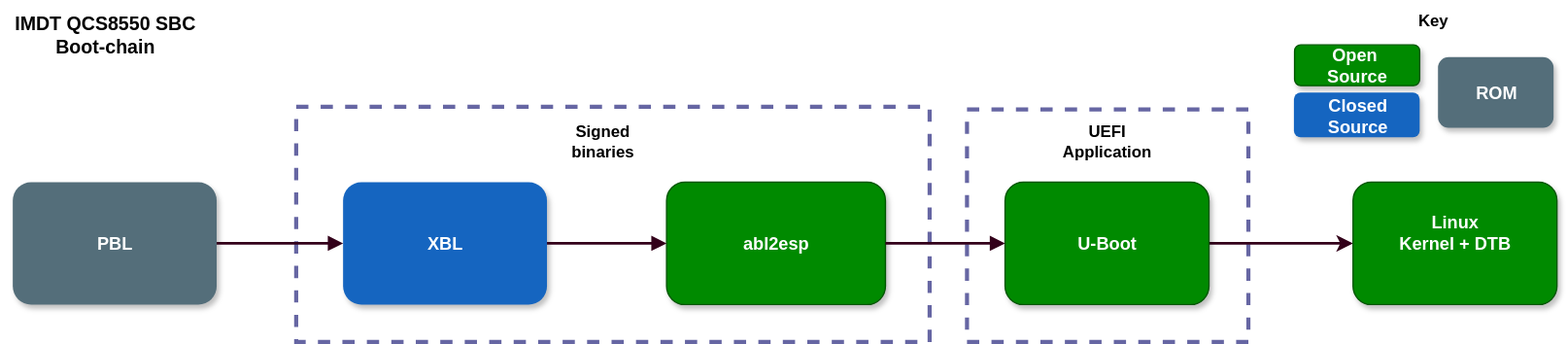
imd-tec/meta-imdt-qcom-oss keeps this draw.io diagram as docs/OSS-boot-chain_drawio.svg. Above is the earlier version. Source tidied: cells renumbered, new cells last; positions are measured from the earlier drawing's top-left corner, leaving out a move shared by most shapes. The source it was exported from:
```xml
<mxGraphModel>
  <root>
    <mxCell id="0" />
    <mxCell id="1" parent="0" />
    <mxCell id="2" value="UEFI Application" style="rounded=0;whiteSpace=wrap;html=1;dashed=1;opacity=60;strokeWidth=3;strokeColor=#000066;" parent="1" vertex="1">
      <mxGeometry x="710.5" y="80" width="207" height="171" as="geometry" />
    </mxCell>
    <mxCell id="3" style="rounded=0;whiteSpace=wrap;html=1;dashed=1;opacity=60;strokeWidth=3;strokeColor=#000066;" parent="1" vertex="1">
      <mxGeometry x="217" y="78" width="466" height="173" as="geometry" />
    </mxCell>
    <mxCell id="4" value="PBL" style="rounded=1;whiteSpace=wrap;html=1;fillColor=#546E7A;strokeColor=none;fontColor=#ffffff;fontSize=13;fontStyle=1;shadow=1;" parent="1" vertex="1">
      <mxGeometry x="9" y="134" width="150" height="90" as="geometry" />
    </mxCell>
    <mxCell id="5" value="XBL" style="rounded=1;whiteSpace=wrap;html=1;fillColor=#1565C0;strokeColor=none;fontColor=#ffffff;fontSize=13;fontStyle=1;shadow=1;" parent="1" vertex="1">
      <mxGeometry x="252" y="134" width="150" height="90" as="geometry" />
    </mxCell>
    <mxCell id="6" value="&lt;div&gt;abl2esp&lt;/div&gt;" style="rounded=1;whiteSpace=wrap;html=1;fillColor=#008a00;strokeColor=#005700;fontSize=13;fontStyle=1;shadow=1;fontColor=#ffffff;" parent="1" vertex="1">
      <mxGeometry x="490" y="134" width="161" height="90" as="geometry" />
    </mxCell>
    <mxCell id="7" style="edgeStyle=orthogonalEdgeStyle;rounded=0;jettySize=auto;html=1;exitX=1;exitY=0.5;exitDx=0;exitDy=0;strokeWidth=2;fillColor=#008a00;strokeColor=#33001A;" parent="1" edge="1" source="8" target="9">
      <mxGeometry relative="1" as="geometry" />
    </mxCell>
    <mxCell id="8" value="U-Boot" style="rounded=1;whiteSpace=wrap;html=1;fillColor=#008a00;strokeColor=#005700;fontColor=#ffffff;fontSize=13;fontStyle=1;shadow=1;" parent="1" vertex="1">
      <mxGeometry x="739" y="134" width="150" height="90" as="geometry" />
    </mxCell>
    <mxCell id="9" value="Linux&lt;br&gt;&lt;div&gt;Kernel + DTB&lt;/div&gt;&lt;div&gt;&lt;br&gt;&lt;/div&gt;" style="rounded=1;whiteSpace=wrap;html=1;fillColor=#008a00;strokeColor=#005700;fontColor=#ffffff;fontSize=13;fontStyle=1;shadow=1;" parent="1" vertex="1">
      <mxGeometry x="995" y="134" width="150" height="90" as="geometry" />
    </mxCell>
    <mxCell id="10" style="edgeStyle=orthogonalEdgeStyle;rounded=0;html=1;endArrow=block;strokeColor=#33001A;strokeWidth=2;fillColor=#008a00;" parent="1" edge="1" source="4" target="5">
      <mxGeometry relative="1" as="geometry" />
    </mxCell>
    <mxCell id="11" style="edgeStyle=orthogonalEdgeStyle;rounded=0;html=1;endArrow=block;strokeColor=#33001A;strokeWidth=2;entryX=0;entryY=0.5;entryDx=0;entryDy=0;fillColor=#008a00;" parent="1" edge="1" source="5" target="6">
      <mxGeometry relative="1" as="geometry" />
    </mxCell>
    <mxCell id="12" style="edgeStyle=orthogonalEdgeStyle;rounded=0;html=1;endArrow=block;strokeColor=#33001A;strokeWidth=2;fillColor=#008a00;" parent="1" edge="1" source="6" target="8">
      <mxGeometry relative="1" as="geometry" />
    </mxCell>
    <mxCell id="13" value="&lt;b&gt;Signed binaries&lt;/b&gt;" style="text;html=1;whiteSpace=wrap;strokeColor=none;fillColor=none;align=center;verticalAlign=middle;rounded=0;" parent="1" vertex="1">
      <mxGeometry x="413" y="89" width="60" height="30" as="geometry" />
    </mxCell>
    <mxCell id="14" value="&lt;b&gt;UEFI Application&lt;/b&gt;" style="text;html=1;whiteSpace=wrap;strokeColor=none;fillColor=none;align=center;verticalAlign=middle;rounded=0;" parent="1" vertex="1">
      <mxGeometry x="784" y="89" width="60" height="30" as="geometry" />
    </mxCell>
    <mxCell id="15" value="&lt;div&gt;Open&amp;nbsp;&lt;/div&gt;&lt;div&gt;Source&lt;/div&gt;" style="rounded=1;whiteSpace=wrap;html=1;fillColor=#008a00;strokeColor=#005700;fontSize=13;fontStyle=1;shadow=1;fontColor=#ffffff;" parent="1" vertex="1">
      <mxGeometry x="952" y="33" width="92" height="30" as="geometry" />
    </mxCell>
    <mxCell id="16" value="Key" style="text;html=1;whiteSpace=wrap;strokeColor=none;fillColor=none;align=center;verticalAlign=middle;rounded=0;fontStyle=1;" parent="1" vertex="1">
      <mxGeometry x="1024" width="60" height="30" as="geometry" />
    </mxCell>
    <mxCell id="17" value="Closed Source" style="rounded=1;whiteSpace=wrap;html=1;fillColor=#1565C0;strokeColor=none;fontColor=#ffffff;fontSize=13;fontStyle=1;shadow=1;" parent="1" vertex="1">
      <mxGeometry x="951.5" y="68" width="92.5" height="33" as="geometry" />
    </mxCell>
    <mxCell id="18" value="ROM" style="rounded=1;whiteSpace=wrap;html=1;fillColor=#546E7A;strokeColor=none;fontColor=#ffffff;fontSize=13;fontStyle=1;shadow=1;" parent="1" vertex="1">
      <mxGeometry x="1057.5" y="42" width="85" height="52" as="geometry" />
    </mxCell>
    <mxCell id="19" value="&lt;b&gt;&lt;font style=&quot;font-size: 14px;&quot;&gt;IMDT QCS8550 SBC Boot-chain&lt;/font&gt;&lt;/b&gt;" style="text;html=1;whiteSpace=wrap;strokeColor=none;fillColor=none;align=center;verticalAlign=middle;rounded=0;" parent="1" vertex="1">
      <mxGeometry y="10" width="154" height="30" as="geometry" />
    </mxCell>
  </root>
</mxGraphModel>
```
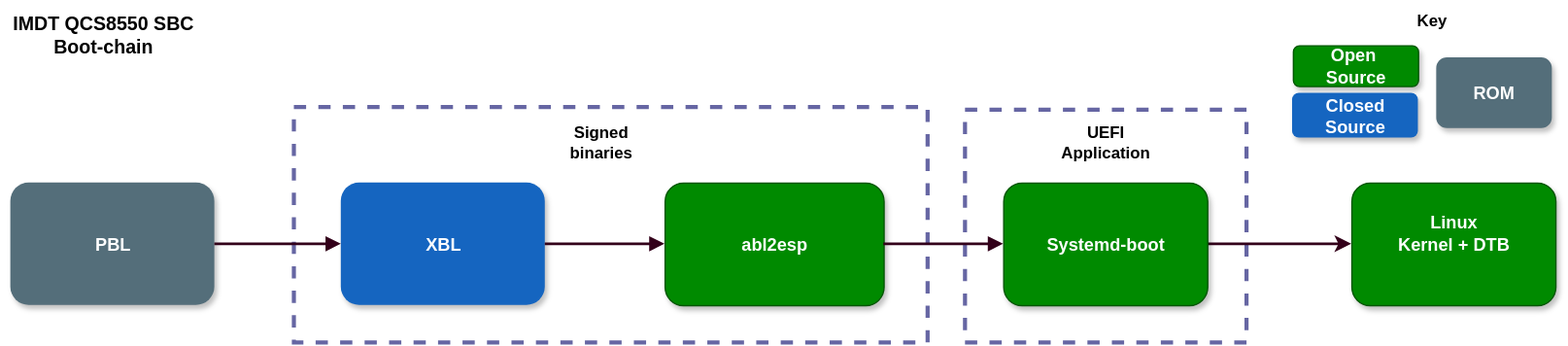
Later version of the same file.

Commit message:
docs: Update boot-chain digram to show systemd-boot is used.

Change to the diagram source:
```diff
@@ -20,7 +20,7 @@
     <mxCell id="7" style="edgeStyle=orthogonalEdgeStyle;rounded=0;jettySize=auto;html=1;exitX=1;exitY=0.5;exitDx=0;exitDy=0;strokeWidth=2;fillColor=#008a00;strokeColor=#33001A;" parent="1" edge="1" source="8" target="9">
       <mxGeometry relative="1" as="geometry" />
     </mxCell>
-    <mxCell id="8" value="U-Boot" style="rounded=1;whiteSpace=wrap;html=1;fillColor=#008a00;strokeColor=#005700;fontColor=#ffffff;fontSize=13;fontStyle=1;shadow=1;" parent="1" vertex="1">
+    <mxCell id="8" value="Systemd-boot" style="rounded=1;whiteSpace=wrap;html=1;fillColor=#008a00;strokeColor=#005700;fontColor=#ffffff;fontSize=13;fontStyle=1;shadow=1;" parent="1" vertex="1">
       <mxGeometry x="739" y="134" width="150" height="90" as="geometry" />
     </mxCell>
     <mxCell id="9" value="Linux&lt;br&gt;&lt;div&gt;Kernel + DTB&lt;/div&gt;&lt;div&gt;&lt;br&gt;&lt;/div&gt;" style="rounded=1;whiteSpace=wrap;html=1;fillColor=#008a00;strokeColor=#005700;fontColor=#ffffff;fontSize=13;fontStyle=1;shadow=1;" parent="1" vertex="1">
```
